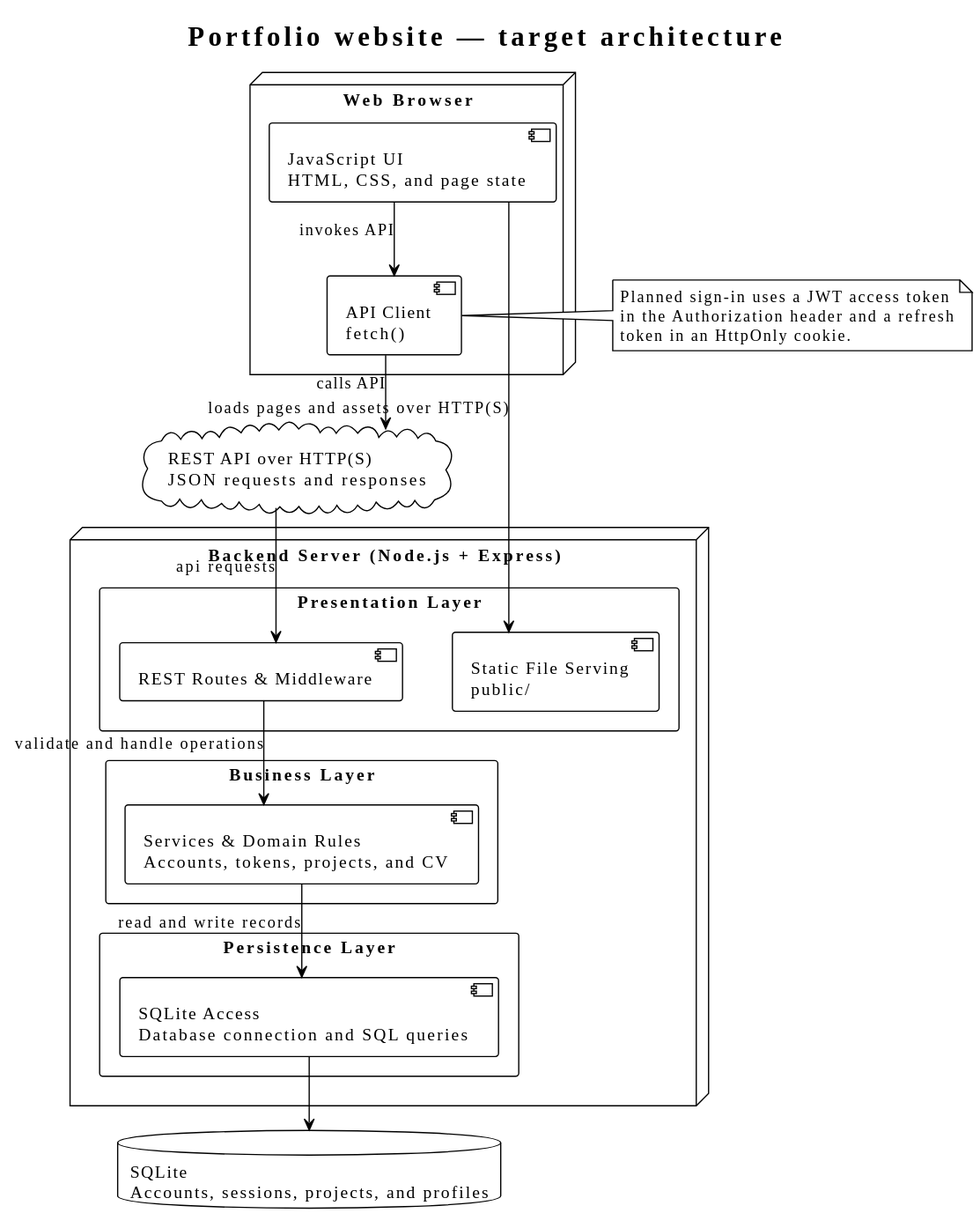
Earlier version of the PlantUML export docs/global_artifacts/architecture_overview.svg (MiguelRibeiro1210/Portfolio_Website). The source it was exported from:
```plantuml
@startuml
!theme plain
title Portfolio website — target architecture
skinparam packageStyle rectangle
skinparam linetype ortho
skinparam nodesep 40
skinparam ranksep 60

node "Web Browser" {
    [JavaScript UI\nHTML, CSS, and page state] as UI
    [API Client\nfetch()] as Client
}

cloud "REST API over HTTP(S)\nJSON requests and responses" as Network

node "Backend Server (Node.js + Express)" {
    package "Presentation Layer" {
        [Static File Serving\npublic/] as Static
        [REST Routes & Middleware] as Routes
    }

    package "Business Layer" {
        [Services & Domain Rules\nAccounts, tokens, projects, and CV] as Services
    }

    package "Persistence Layer" {
        [SQLite Access\nDatabase connection and SQL queries] as Persistence
    }
}

database "SQLite\nAccounts, sessions, projects, and profiles" as DB

UI --> Client : invokes API
Client --> Network : calls API
UI --> Static : loads pages and assets over HTTP(S)
Network --> Routes : api requests
Routes --> Services : validate and handle operations
Services --> Persistence : read and write records
Persistence --> DB

note right of Client
  Planned sign-in uses a JWT access token
  in the Authorization header and a refresh
  token in an HttpOnly cookie.
end note
@enduml
```
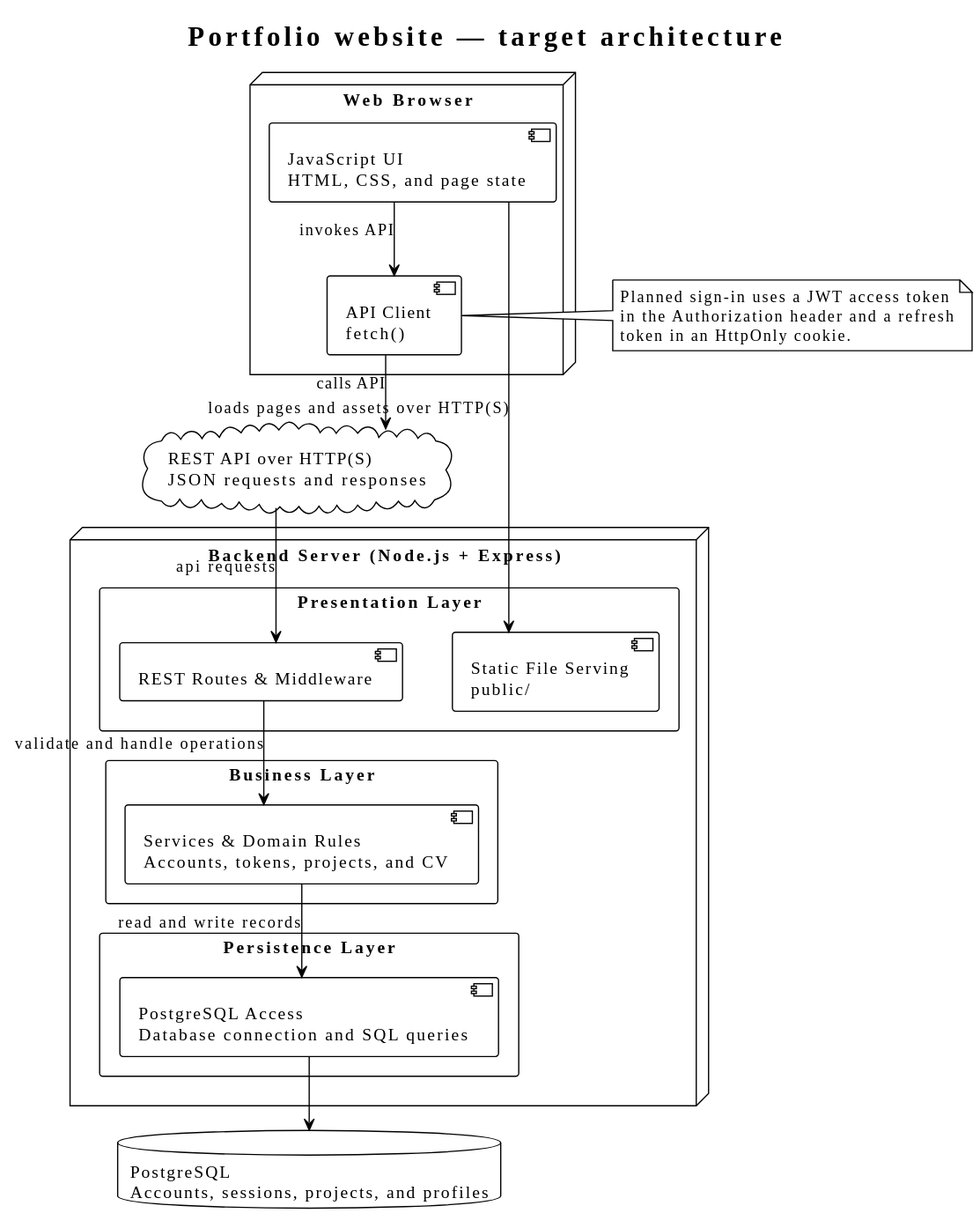
The same file after the commit.

Commit message:
#24 - Updated the Architecture diagram with the new DB

The edit, as a diff of the source:
```diff
@@ -24,11 +24,11 @@
     }
 
     package "Persistence Layer" {
-        [SQLite Access\nDatabase connection and SQL queries] as Persistence
+        [PostgreSQL Access\nDatabase connection and SQL queries] as Persistence
     }
 }
 
-database "SQLite\nAccounts, sessions, projects, and profiles" as DB
+database "PostgreSQL\nAccounts, sessions, projects, and profiles" as DB
 
 UI --> Client : invokes API
 Client --> Network : calls API
```
